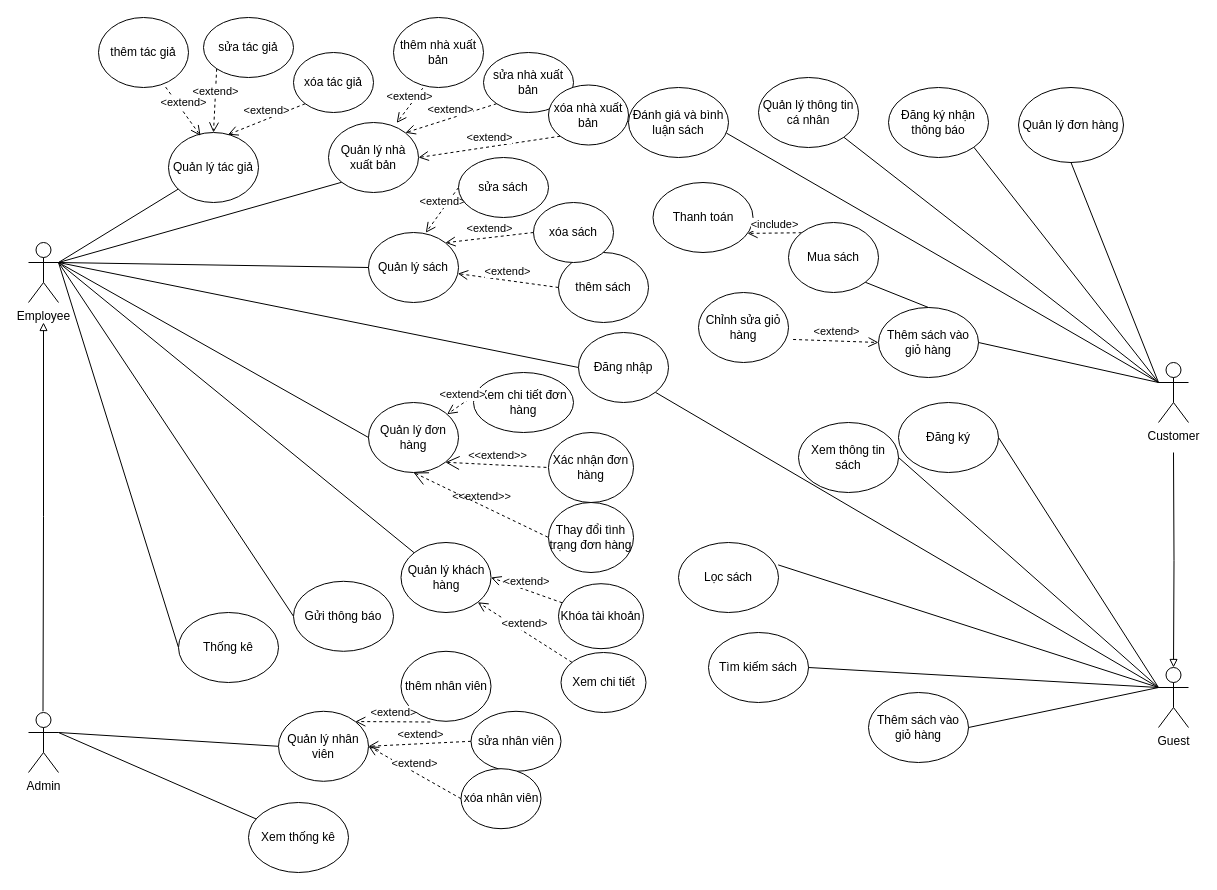
The draw.io diagram Use-Case/Use-Case-Sell-Book .drawio in Graduation-Thesis-2020/Selling-Book, before the edit. Source tidied: cells renumbered, new cells numbered last; positions are measured from the earlier drawing's top-left corner, leaving out a move shared by most shapes. Both pictures are drawn from the tidied source at 100%, with x=0, y=0 at pixel (28, 17).
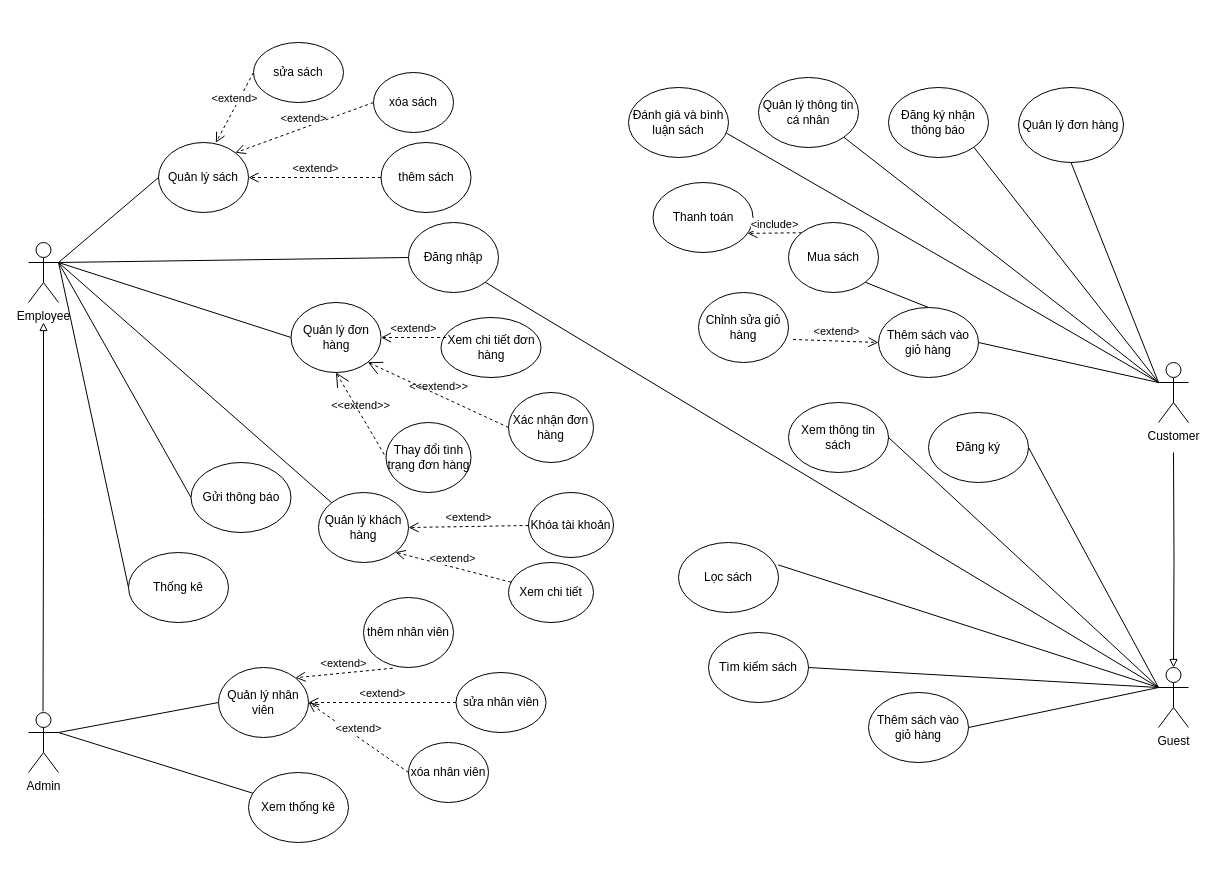
Above is the later version.

Unchanged cells that the change refers to:
```xml
<mxCell id="76" value="Employee" style="shape=umlActor;verticalLabelPosition=bottom;verticalAlign=top;html=1;outlineConnect=0;" parent="1" vertex="1">
  <mxGeometry y="225" width="30" height="60" as="geometry" />
</mxCell>
```

What changed in the source:
```diff
@@
-    <mxCell id="6" value="Quản lý tác giả" style="ellipse;whiteSpace=wrap;html=1;" parent="1" vertex="1">
-      <mxGeometry x="140" y="115" width="90" height="70" as="geometry" />
-    </mxCell>
-    <mxCell id="7" value="thêm tác giả" style="ellipse;whiteSpace=wrap;html=1;" parent="1" vertex="1">
-      <mxGeometry x="70" width="90" height="70" as="geometry" />
-    </mxCell>
-    <mxCell id="8" value="sửa tác giả" style="ellipse;whiteSpace=wrap;html=1;" parent="1" vertex="1">
-      <mxGeometry x="175" width="90" height="60" as="geometry" />
-    </mxCell>
-    <mxCell id="9" value="xóa tác giả" style="ellipse;whiteSpace=wrap;html=1;" parent="1" vertex="1">
-      <mxGeometry x="265" y="35" width="80" height="60" as="geometry" />
-    </mxCell>
-    <mxCell id="10" value="&amp;lt;extend&amp;gt;" style="html=1;verticalAlign=bottom;endArrow=open;dashed=1;endSize=8;exitX=0.746;exitY=0.994;exitDx=0;exitDy=0;entryX=0.356;entryY=0.047;entryDx=0;entryDy=0;entryPerimeter=0;exitPerimeter=0;" parent="1" edge="1" source="7" target="6">
-      <mxGeometry relative="1" as="geometry" />
-    </mxCell>
-    <mxCell id="11" value="&amp;lt;extend&amp;gt;&lt;br&gt;" style="html=1;verticalAlign=bottom;endArrow=open;dashed=1;endSize=8;exitX=0;exitY=1;exitDx=0;exitDy=0;entryX=0.5;entryY=0;entryDx=0;entryDy=0;" parent="1" edge="1" source="8" target="6">
-      <mxGeometry relative="1" as="geometry" />
-    </mxCell>
-    <mxCell id="12" value="&amp;lt;extend&amp;gt;&lt;br&gt;" style="html=1;verticalAlign=bottom;endArrow=open;dashed=1;endSize=8;exitX=0;exitY=1;exitDx=0;exitDy=0;entryX=0.66;entryY=0.031;entryDx=0;entryDy=0;entryPerimeter=0;" parent="1" edge="1" source="9" target="6">
-      <mxGeometry relative="1" as="geometry" />
-    </mxCell>
-    <mxCell id="13" value="Quản lý nhà xuất bản" style="ellipse;whiteSpace=wrap;html=1;" parent="1" vertex="1">
-      <mxGeometry x="300" y="105" width="90" height="70" as="geometry" />
-    </mxCell>
-    <mxCell id="14" value="thêm nhà xuất bản" style="ellipse;whiteSpace=wrap;html=1;" parent="1" vertex="1">
-      <mxGeometry x="365" width="90" height="70" as="geometry" />
-    </mxCell>
-    <mxCell id="15" value="sửa nhà xuất bản" style="ellipse;whiteSpace=wrap;html=1;" parent="1" vertex="1">
-      <mxGeometry x="455" y="35" width="90" height="60" as="geometry" />
-    </mxCell>
-    <mxCell id="16" value="xóa nhà xuất bản" style="ellipse;whiteSpace=wrap;html=1;" parent="1" vertex="1">
-      <mxGeometry x="520" y="67.5" width="80" height="60" as="geometry" />
-    </mxCell>
-    <mxCell id="17" value="&amp;lt;extend&amp;gt;&lt;br&gt;" style="html=1;verticalAlign=bottom;endArrow=open;dashed=1;endSize=8;exitX=0;exitY=1;exitDx=0;exitDy=0;entryX=1;entryY=0.5;entryDx=0;entryDy=0;" parent="1" edge="1" source="16" target="13">
-      <mxGeometry relative="1" as="geometry" />
-    </mxCell>
-    <mxCell id="18" value="&amp;lt;extend&amp;gt;&lt;br&gt;" style="html=1;verticalAlign=bottom;endArrow=open;dashed=1;endSize=8;exitX=0;exitY=1;exitDx=0;exitDy=0;entryX=1;entryY=0;entryDx=0;entryDy=0;" parent="1" edge="1" source="15" target="13">
-      <mxGeometry relative="1" as="geometry" />
-    </mxCell>
-    <mxCell id="19" value="&amp;lt;extend&amp;gt;" style="html=1;verticalAlign=bottom;endArrow=open;dashed=1;endSize=8;exitX=0.325;exitY=1.01;exitDx=0;exitDy=0;entryX=0.758;entryY=0.006;entryDx=0;entryDy=0;exitPerimeter=0;entryPerimeter=0;" parent="1" edge="1" source="14" target="13">
-      <mxGeometry relative="1" as="geometry" />
-    </mxCell>
@@
     <mxCell id="21" value="Quản lý nhân viên" style="ellipse;whiteSpace=wrap;html=1;" parent="1" vertex="1">
-      <mxGeometry x="250" y="693.8" width="90" height="70" as="geometry" />
+      <mxGeometry x="190" y="650" width="90" height="70" as="geometry" />
     </mxCell>
     <mxCell id="22" value="thêm nhân viên" style="ellipse;whiteSpace=wrap;html=1;" parent="1" vertex="1">
-      <mxGeometry x="372.5" y="633.8" width="90" height="70" as="geometry" />
+      <mxGeometry x="335" y="580" width="90" height="70" as="geometry" />
     </mxCell>
     <mxCell id="23" value="sửa nhân viên" style="ellipse;whiteSpace=wrap;html=1;" parent="1" vertex="1">
-      <mxGeometry x="442.5" y="693.8" width="90" height="60" as="geometry" />
+      <mxGeometry x="427.5" y="655" width="90" height="60" as="geometry" />
     </mxCell>
     <mxCell id="24" value="xóa nhân viên" style="ellipse;whiteSpace=wrap;html=1;" parent="1" vertex="1">
-      <mxGeometry x="432.5" y="751.2" width="80" height="60" as="geometry" />
+      <mxGeometry x="380" y="725" width="80" height="60" as="geometry" />
     </mxCell>
@@
     <mxCell id="28" value="Quản lý sách" style="ellipse;whiteSpace=wrap;html=1;" parent="1" vertex="1">
-      <mxGeometry x="340" y="215" width="90" height="70" as="geometry" />
+      <mxGeometry x="130" y="125" width="90" height="70" as="geometry" />
     </mxCell>
     <mxCell id="29" value="thêm sách" style="ellipse;whiteSpace=wrap;html=1;" parent="1" vertex="1">
-      <mxGeometry x="530" y="235" width="90" height="70" as="geometry" />
+      <mxGeometry x="352.5" y="125" width="90" height="70" as="geometry" />
     </mxCell>
@@
     <mxCell id="32" value="sửa sách" style="ellipse;whiteSpace=wrap;html=1;" parent="1" vertex="1">
-      <mxGeometry x="430" y="140" width="90" height="60" as="geometry" />
+      <mxGeometry x="225" y="25" width="90" height="60" as="geometry" />
     </mxCell>
     <mxCell id="33" value="xóa sách" style="ellipse;whiteSpace=wrap;html=1;" parent="1" vertex="1">
-      <mxGeometry x="505" y="185" width="80" height="60" as="geometry" />
+      <mxGeometry x="345" y="55" width="80" height="60" as="geometry" />
     </mxCell>
@@
     <mxCell id="35" value="Xem thống kê" style="ellipse;whiteSpace=wrap;html=1;" parent="1" vertex="1">
-      <mxGeometry x="220" y="785" width="100" height="70" as="geometry" />
+      <mxGeometry x="220" y="755" width="100" height="70" as="geometry" />
     </mxCell>
@@
     <mxCell id="37" value="Đăng ký" style="ellipse;whiteSpace=wrap;html=1;" parent="1" vertex="1">
-      <mxGeometry x="870" y="385" width="100" height="70" as="geometry" />
+      <mxGeometry x="900" y="395" width="100" height="70" as="geometry" />
     </mxCell>
     <mxCell id="38" value="Quản lý đơn hàng" style="ellipse;whiteSpace=wrap;html=1;" parent="1" vertex="1">
-      <mxGeometry x="340" y="385" width="90" height="70" as="geometry" />
+      <mxGeometry x="262.5" y="285" width="90" height="70" as="geometry" />
     </mxCell>
     <mxCell id="39" value="Xem chi tiết đơn hàng" style="ellipse;whiteSpace=wrap;html=1;" parent="1" vertex="1">
-      <mxGeometry x="445" y="355" width="100" height="60" as="geometry" />
+      <mxGeometry x="412.5" y="300" width="100" height="60" as="geometry" />
     </mxCell>
     <mxCell id="40" value="Xác nhận đơn hàng" style="ellipse;whiteSpace=wrap;html=1;" parent="1" vertex="1">
-      <mxGeometry x="520" y="415" width="85" height="70" as="geometry" />
+      <mxGeometry x="480" y="375" width="85" height="70" as="geometry" />
     </mxCell>
@@
     <mxCell id="42" value="Quản lý khách hàng" style="ellipse;whiteSpace=wrap;html=1;" parent="1" vertex="1">
-      <mxGeometry x="372.5" y="525" width="90" height="70" as="geometry" />
+      <mxGeometry x="290" y="475" width="90" height="70" as="geometry" />
     </mxCell>
@@
     <mxCell id="44" value="Khóa tài khoản" style="ellipse;whiteSpace=wrap;html=1;" parent="1" vertex="1">
-      <mxGeometry x="530" y="566.2" width="85" height="65" as="geometry" />
+      <mxGeometry x="500" y="475" width="85" height="65" as="geometry" />
     </mxCell>
@@
     <mxCell id="47" value="Đăng nhập" style="ellipse;whiteSpace=wrap;html=1;" parent="1" vertex="1">
-      <mxGeometry x="550" y="315" width="90" height="70" as="geometry" />
+      <mxGeometry x="380" y="205" width="90" height="70" as="geometry" />
     </mxCell>
@@
     <mxCell id="51" value="Xem thông tin sách" style="ellipse;whiteSpace=wrap;html=1;" parent="1" vertex="1">
-      <mxGeometry x="770" y="405" width="100" height="70" as="geometry" />
+      <mxGeometry x="760" y="385" width="100" height="70" as="geometry" />
     </mxCell>
@@
-    <mxCell id="73" style="edgeStyle=none;rounded=0;jettySize=auto;html=1;exitX=1;exitY=0.3333333333333333;exitDx=0;exitDy=0;exitPerimeter=0;endArrow=none;endFill=0;" parent="1" edge="1" source="76" target="6">
-      <mxGeometry relative="1" as="geometry" />
-    </mxCell>
-    <mxCell id="74" style="edgeStyle=none;rounded=0;jettySize=auto;html=1;exitX=1;exitY=0.3333333333333333;exitDx=0;exitDy=0;exitPerimeter=0;entryX=0;entryY=1;entryDx=0;entryDy=0;endArrow=none;endFill=0;" parent="1" edge="1" source="76" target="13">
-      <mxGeometry relative="1" as="geometry" />
-    </mxCell>
@@
     <mxCell id="81" value="Thống kê" style="ellipse;whiteSpace=wrap;html=1;" parent="1" vertex="1">
-      <mxGeometry x="150" y="595" width="100" height="70" as="geometry" />
+      <mxGeometry x="100" y="535" width="100" height="70" as="geometry" />
     </mxCell>
     <mxCell id="82" value="Thay đổi tình trạng đơn hàng" style="ellipse;whiteSpace=wrap;html=1;" parent="1" vertex="1">
-      <mxGeometry x="520" y="485" width="85" height="70" as="geometry" />
+      <mxGeometry x="357.5" y="405" width="85" height="70" as="geometry" />
     </mxCell>
@@
     <mxCell id="85" value="Gửi thông báo" style="ellipse;whiteSpace=wrap;html=1;" parent="1" vertex="1">
-      <mxGeometry x="265" y="563.8" width="100" height="70" as="geometry" />
+      <mxGeometry x="162.5" y="445" width="100" height="70" as="geometry" />
     </mxCell>
@@
     <mxCell id="88" value="Xem chi tiết" style="ellipse;whiteSpace=wrap;html=1;" parent="1" vertex="1">
-      <mxGeometry x="532.5" y="635" width="85" height="60" as="geometry" />
+      <mxGeometry x="480" y="545" width="85" height="60" as="geometry" />
     </mxCell>
```
